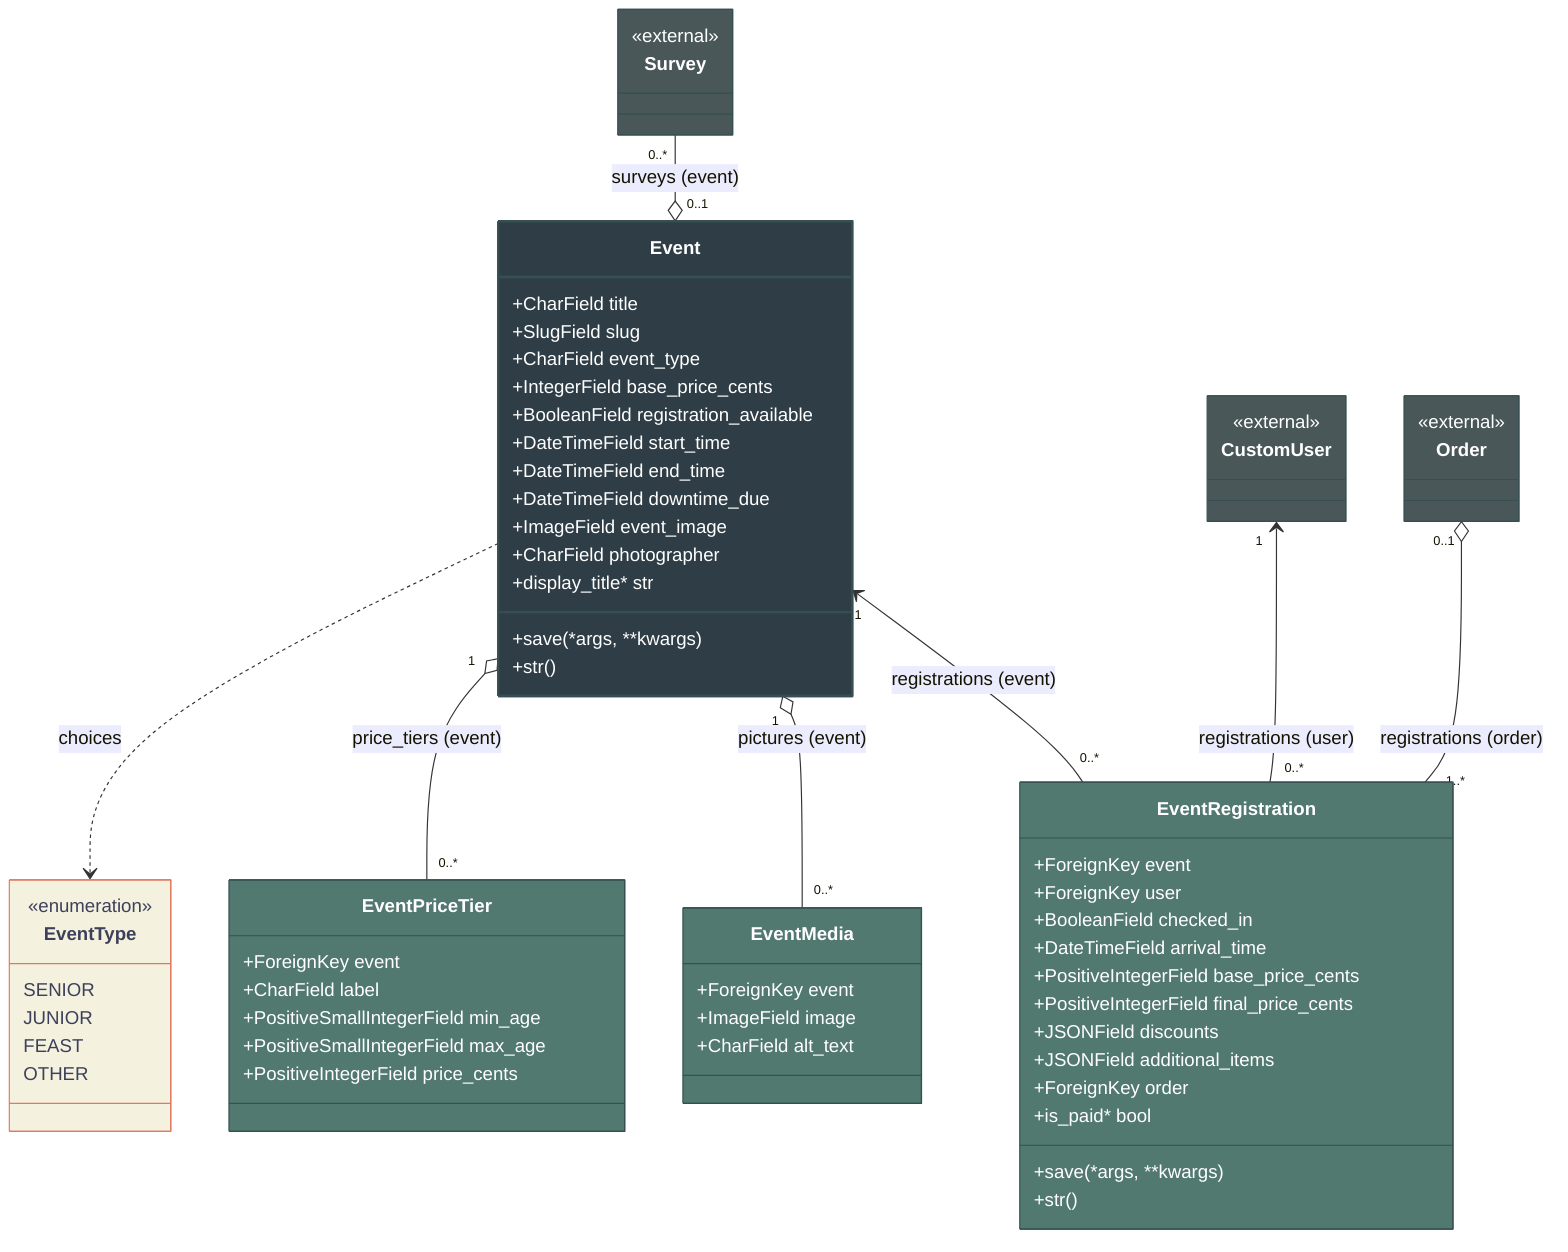
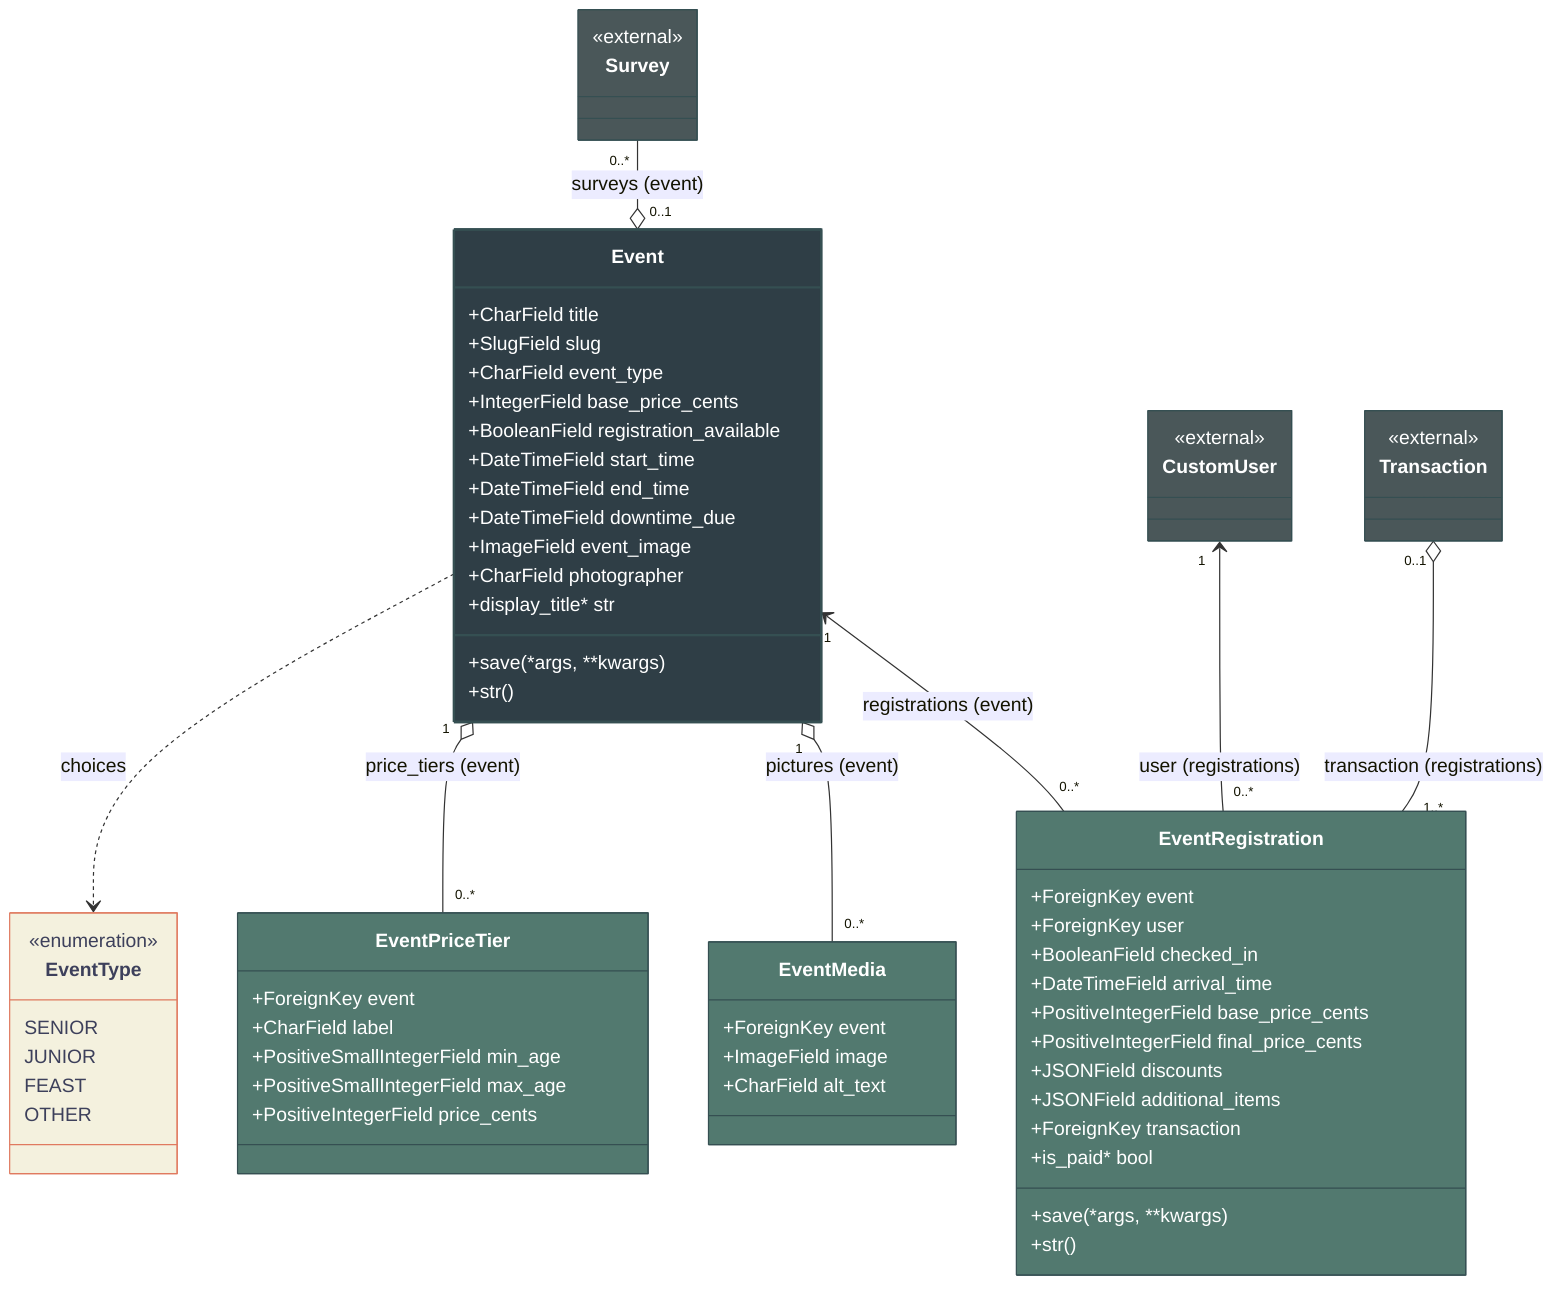
classDiagram
    direction TB

    %% Enums
    class EventType {
        <<enumeration>>
        SENIOR
        JUNIOR
        FEAST
        OTHER
    }

    %% Main App Models
    class Event {
        +CharField title
        +SlugField slug
        +CharField event_type
        +IntegerField base_price_cents
        +BooleanField registration_available
        +DateTimeField start_time
        +DateTimeField end_time
        +DateTimeField downtime_due
        +ImageField event_image
        +CharField photographer
        +display_title* str
        +save(*args, **kwargs)
        +str()
    }

    class EventPriceTier {
        +ForeignKey event
        +CharField label
        +PositiveSmallIntegerField min_age
        +PositiveSmallIntegerField max_age
        +PositiveIntegerField price_cents
    }

    class EventRegistration {
        +ForeignKey event
        +ForeignKey user
        +BooleanField checked_in
        +DateTimeField arrival_time
        +PositiveIntegerField base_price_cents
        +PositiveIntegerField final_price_cents
        +JSONField discounts
        +JSONField additional_items
-         +ForeignKey order
+         +ForeignKey transaction
        +is_paid* bool
        +save(*args, **kwargs)
        +str()
    }

    class EventMedia {
        +ForeignKey event
        +ImageField image
        +CharField alt_text
    }

    %% External Cross-App References
    class CustomUser {
        <<external>>
    }
-     class Order {
+     class Transaction {
        <<external>>
    }
    class Survey {
        <<external>>
    }

    %% Establishing Data Relationships
    Event ..> EventType : choices

    %% Core Event Components
    Event "1" o-- "0..*" EventPriceTier : price_tiers (event)
    Event "1" o-- "0..*" EventMedia : pictures (event)
    Event "1" <-- "0..*" EventRegistration : registrations (event)

    %% Cross-app Hooks
-     CustomUser "1" <-- "0..*" EventRegistration : registrations (user)
-     Order "0..1" o-- "1..*" EventRegistration : registrations (order)
+     CustomUser "1" <-- "0..*" EventRegistration : user (registrations)
+     Transaction "0..1" o-- "1..*" EventRegistration : transaction (registrations)
    Survey "0..*" --o "0..1" Event : surveys (event)

    %% STYLING: Nordic Minimalist
    style Event fill:#2f3e46,stroke:#354f52,stroke-width:2px,color:#fff
    style EventPriceTier fill:#52796f,stroke:#354f52,stroke-width:1px,color:#fff
    style EventRegistration fill:#52796f,stroke:#354f52,stroke-width:1px,color:#fff
    style EventMedia fill:#52796f,stroke:#354f52,stroke-width:1px,color:#fff

    style EventType fill:#f4f1de,stroke:#e07a5f,stroke-width:1px,color:#3d405b

    %% External App Blocks (Light Charcoal / Gray Border)
    style CustomUser fill:#4a5759,stroke:#354f52,stroke-width:1px,color:#fff
-     style Order fill:#4a5759,stroke:#354f52,stroke-width:1px,color:#fff
+     style Transaction fill:#4a5759,stroke:#354f52,stroke-width:1px,color:#fff
    style Survey fill:#4a5759,stroke:#354f52,stroke-width:1px,color:#fff